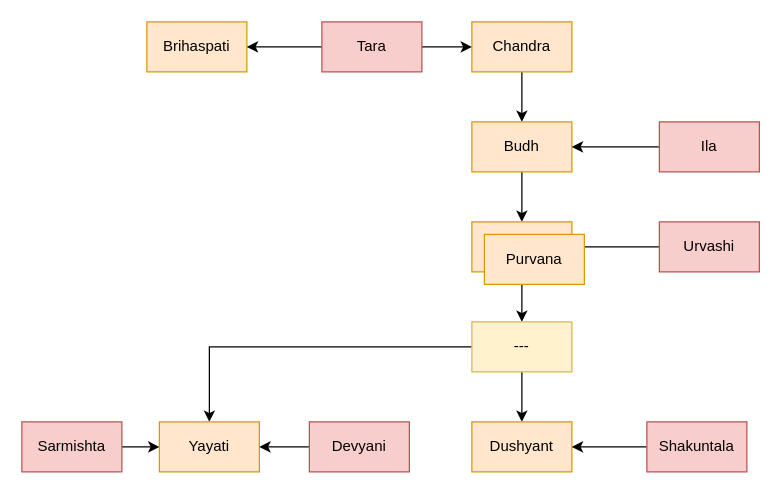
Earlier version of the draw.io diagram Untitled Diagram.drawio (swanand-sabhapatikar/Sudoku). Source tidied: cells renumbered, new cells numbered last; positions are measured from the earlier drawing's top-left corner, leaving out a move shared by most shapes. Both pictures are drawn from the tidied source at 125%, with x=0, y=0 at pixel (21, 21).
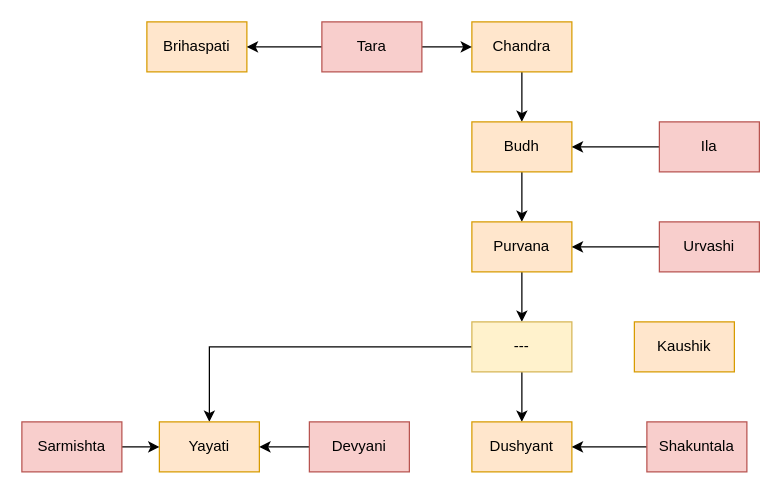
The same diagram, later.

Diff of the diagram source:
```diff
@@
-    <mxCell id="27" value="Purvana" style="rounded=0;whiteSpace=wrap;html=1;fillColor=#ffe6cc;strokeColor=#d79b00;" parent="1" vertex="1">
-      <mxGeometry x="370" y="170" width="80" height="40" as="geometry" />
+    <mxCell id="27" value="Kaushik" style="rounded=0;whiteSpace=wrap;html=1;fillColor=#ffe6cc;strokeColor=#d79b00;" parent="1" vertex="1">
+      <mxGeometry x="490" y="240" width="80" height="40" as="geometry" />
     </mxCell>
```
